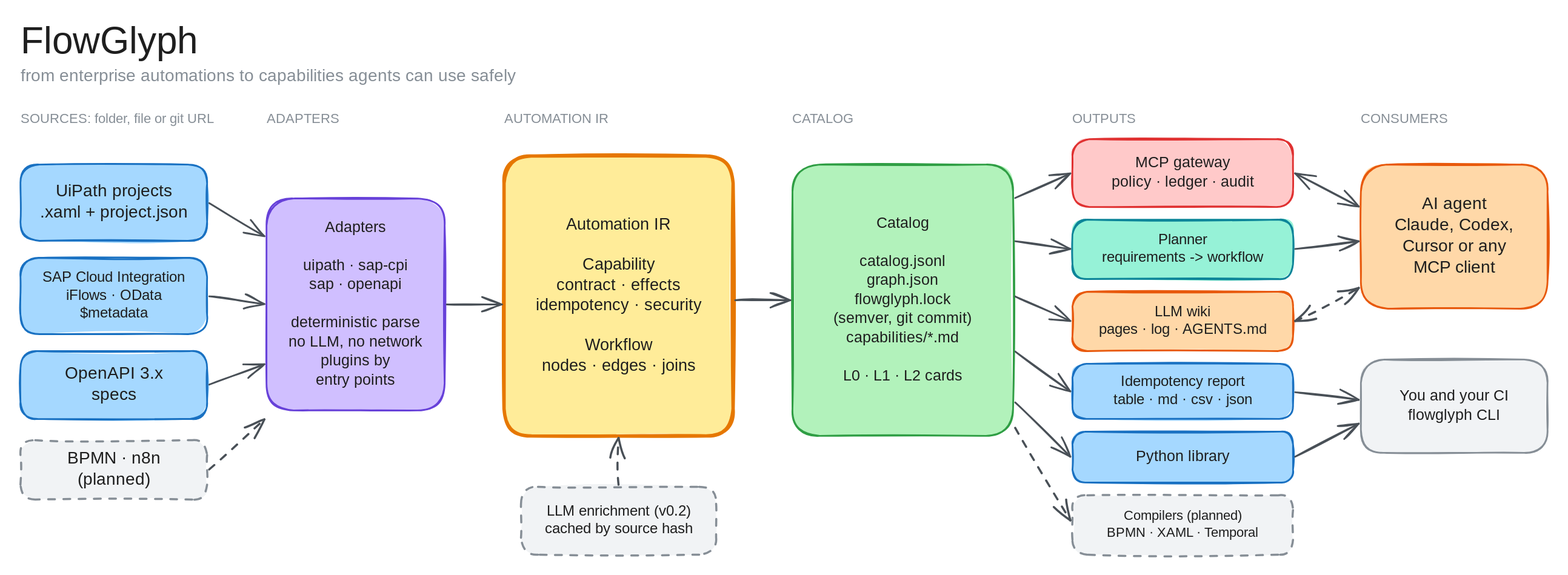
This is docs/assets/pipeline-light.svg from afernandeztem/FlowGlyph, a Excalidraw export, as it was before one commit. Source tidied: one line per element, renumbered; positions are measured from the earlier drawing's top-left corner, leaving out a move shared by most shapes.
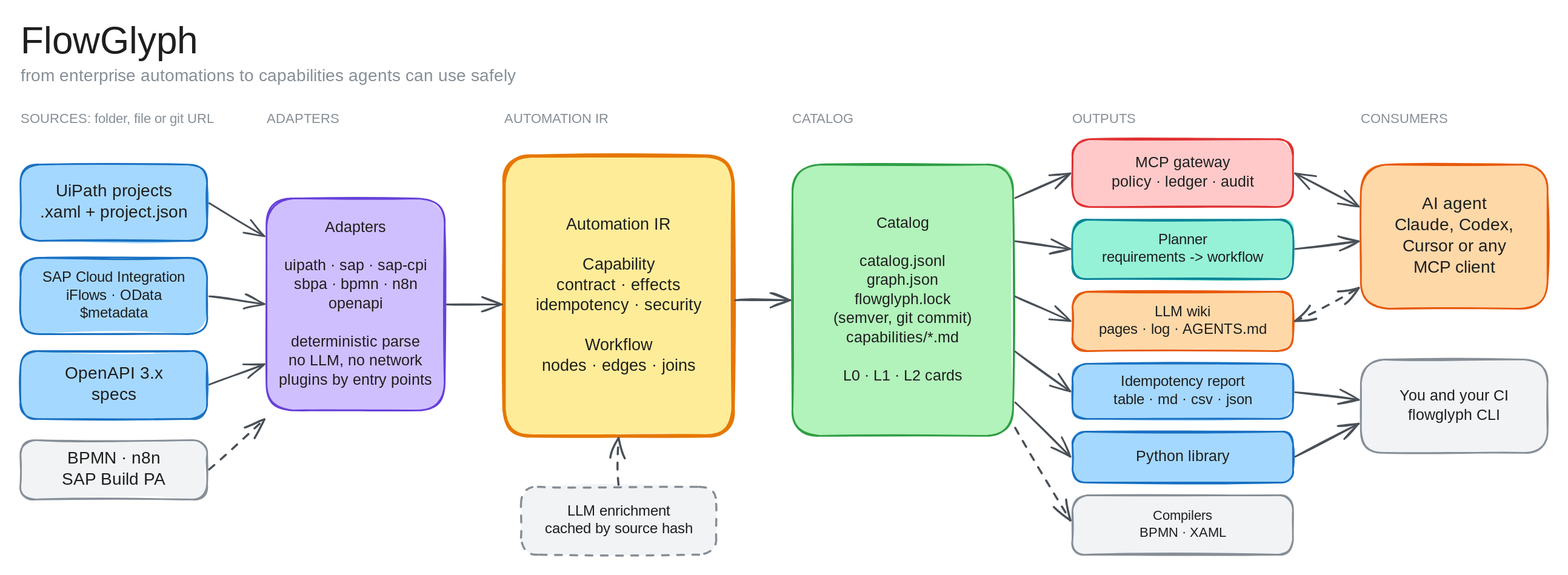
After the commit.

The edit, as a diff of the source:
```diff
@@ -9,7 +9,7 @@
 {"id": 8, "type": "rectangle", "strokeColor": "#1971c2", "backgroundColor": "#a5d8ff", "fillStyle": "solid", "strokeWidth": 2, "roughness": 1, "round": true, "x": 0, "y": 170, "width": 220, "height": 90}
 {"id": 9, "type": "rectangle", "strokeColor": "#1971c2", "backgroundColor": "#a5d8ff", "fillStyle": "solid", "strokeWidth": 2, "roughness": 1, "round": true, "x": 0, "y": 280, "width": 220, "height": 90}
 {"id": 10, "type": "rectangle", "strokeColor": "#1971c2", "backgroundColor": "#a5d8ff", "fillStyle": "solid", "strokeWidth": 2, "roughness": 1, "round": true, "x": 0, "y": 390, "width": 220, "height": 80}
-{"id": 11, "type": "rectangle", "strokeColor": "#868e96", "backgroundColor": "#f1f3f5", "fillStyle": "solid", "strokeWidth": 2, "strokeStyle": "dashed", "roughness": 1, "round": true, "x": 0, "y": 495, "width": 220, "height": 70}
+{"id": 11, "type": "rectangle", "strokeColor": "#868e96", "backgroundColor": "#f1f3f5", "fillStyle": "solid", "strokeWidth": 2, "roughness": 1, "round": true, "x": 0, "y": 495, "width": 220, "height": 70}
 {"id": 12, "type": "rectangle", "strokeColor": "#6741d9", "backgroundColor": "#d0bfff", "fillStyle": "solid", "strokeWidth": 2, "roughness": 1, "round": true, "x": 290, "y": 210, "width": 210, "height": 250}
 {"id": 13, "type": "rectangle", "strokeColor": "#e67700", "backgroundColor": "#ffec99", "fillStyle": "solid", "strokeWidth": 4, "roughness": 1, "round": true, "x": 570, "y": 160, "width": 270, "height": 330}
 {"id": 14, "type": "rectangle", "strokeColor": "#868e96", "backgroundColor": "#f1f3f5", "fillStyle": "solid", "strokeWidth": 2, "strokeStyle": "dashed", "roughness": 1, "round": true, "x": 590, "y": 550, "width": 230, "height": 80}
@@ -19,7 +19,7 @@
 {"id": 18, "type": "rectangle", "strokeColor": "#e8590c", "backgroundColor": "#ffd8a8", "fillStyle": "solid", "strokeWidth": 2, "roughness": 1, "round": true, "x": 1240, "y": 320, "width": 260, "height": 70}
 {"id": 19, "type": "rectangle", "strokeColor": "#1971c2", "backgroundColor": "#a5d8ff", "fillStyle": "solid", "strokeWidth": 2, "roughness": 1, "round": true, "x": 1240, "y": 405, "width": 260, "height": 65}
 {"id": 20, "type": "rectangle", "strokeColor": "#1971c2", "backgroundColor": "#a5d8ff", "fillStyle": "solid", "strokeWidth": 2, "roughness": 1, "round": true, "x": 1240, "y": 485, "width": 260, "height": 60}
-{"id": 21, "type": "rectangle", "strokeColor": "#868e96", "backgroundColor": "#f1f3f5", "fillStyle": "solid", "strokeWidth": 2, "strokeStyle": "dashed", "roughness": 1, "round": true, "x": 1240, "y": 560, "width": 260, "height": 70}
+{"id": 21, "type": "rectangle", "strokeColor": "#868e96", "backgroundColor": "#f1f3f5", "fillStyle": "solid", "strokeWidth": 2, "roughness": 1, "round": true, "x": 1240, "y": 560, "width": 260, "height": 70}
 {"id": 22, "type": "rectangle", "strokeColor": "#e8590c", "backgroundColor": "#ffd8a8", "fillStyle": "solid", "strokeWidth": 2, "roughness": 1, "round": true, "x": 1580, "y": 170, "width": 220, "height": 170}
 {"id": 23, "type": "rectangle", "strokeColor": "#868e96", "backgroundColor": "#f1f3f5", "fillStyle": "solid", "strokeWidth": 2, "roughness": 1, "round": true, "x": 1580, "y": 400, "width": 220, "height": 110}
 {"id": 24, "type": "arrow", "strokeColor": "#495057", "strokeWidth": 2, "roughness": 1, "endArrowhead": "arrow", "x": 222, "y": 216, "width": 65, "height": 39, "points": [[0, 0], [65, 39]]}
@@ -43,16 +43,16 @@
 {"id": 42, "type": "text", "text": "UiPath projects\n.xaml + project.json", "strokeColor": "#1e1e1e", "strokeWidth": 2, "roughness": 1, "fontSize": 20, "fontFamily": 5, "textAlign": "center", "verticalAlign": "middle", "inside": 8, "x": 16, "y": 190, "width": 187, "height": 50}
 {"id": 43, "type": "text", "text": "SAP Cloud Integration\niFlows · OData\n$metadata", "strokeColor": "#1e1e1e", "strokeWidth": 2, "roughness": 1, "fontSize": 17, "fontFamily": 5, "textAlign": "center", "verticalAlign": "middle", "inside": 9, "x": 17, "y": 293, "width": 187, "height": 64}
 {"id": 44, "type": "text", "text": "OpenAPI 3.x\nspecs", "strokeColor": "#1e1e1e", "strokeWidth": 2, "roughness": 1, "fontSize": 20, "fontFamily": 5, "textAlign": "center", "verticalAlign": "middle", "inside": 10, "x": 49, "y": 405, "width": 123, "height": 50}
-{"id": 45, "type": "text", "text": "BPMN · n8n\n(planned)", "strokeColor": "#1e1e1e", "strokeWidth": 2, "roughness": 1, "fontSize": 20, "fontFamily": 5, "textAlign": "center", "verticalAlign": "middle", "inside": 11, "x": 55, "y": 505, "width": 111, "height": 50}
+{"id": 45, "type": "text", "text": "BPMN · n8n\nSAP Build PA", "strokeColor": "#1e1e1e", "strokeWidth": 2, "roughness": 1, "fontSize": 20, "fontFamily": 5, "textAlign": "center", "verticalAlign": "middle", "inside": 11, "x": 55, "y": 505, "width": 111, "height": 50}
-{"id": 46, "type": "text", "text": "Adapters\n\nuipath · sap-cpi\nsap · openapi\n\ndeterministic parse\nno LLM, no network\nplugins by\nentry points", "strokeColor": "#1e1e1e", "strokeWidth": 2, "roughness": 1, "fontSize": 18, "fontFamily": 5, "textAlign": "center", "verticalAlign": "middle", "inside": 12, "x": 310, "y": 234, "width": 169, "height": 202}
+{"id": 46, "type": "text", "text": "Adapters\n\nuipath · sap · sap-cpi\nsbpa · bpmn · n8n\nopenapi\n\ndeterministic parse\nno LLM, no network\nplugins by entry points", "strokeColor": "#1e1e1e", "strokeWidth": 2, "roughness": 1, "fontSize": 18, "fontFamily": 5, "textAlign": "center", "verticalAlign": "middle", "inside": 12, "x": 310, "y": 234, "width": 169, "height": 202}
 {"id": 47, "type": "text", "text": "Automation IR\n\nCapability\ncontract · effects\nidempotency · security\n\nWorkflow\nnodes · edges · joins", "strokeColor": "#1e1e1e", "strokeWidth": 2, "roughness": 1, "fontSize": 19, "fontFamily": 5, "textAlign": "center", "verticalAlign": "middle", "inside": 13, "x": 603, "y": 230, "width": 204, "height": 190}
-{"id": 48, "type": "text", "text": "LLM enrichment (v0.2)\ncached by source hash", "strokeColor": "#1e1e1e", "strokeWidth": 2, "roughness": 1, "fontSize": 17, "fontFamily": 5, "textAlign": "center", "verticalAlign": "middle", "inside": 14, "x": 612, "y": 569, "width": 187, "height": 42}
+{"id": 48, "type": "text", "text": "LLM enrichment\ncached by source hash", "strokeColor": "#1e1e1e", "strokeWidth": 2, "roughness": 1, "fontSize": 17, "fontFamily": 5, "textAlign": "center", "verticalAlign": "middle", "inside": 14, "x": 612, "y": 569, "width": 187, "height": 42}
 {"id": 49, "type": "text", "text": "Catalog\n\ncatalog.jsonl\ngraph.json\nflowglyph.lock\n(semver, git commit)\ncapabilities/*.md\n\nL0 · L1 · L2 cards", "strokeColor": "#1e1e1e", "strokeWidth": 2, "roughness": 1, "fontSize": 18, "fontFamily": 5, "textAlign": "center", "verticalAlign": "middle", "inside": 15, "x": 953, "y": 229, "width": 173, "height": 202}
 {"id": 50, "type": "text", "text": "MCP gateway\npolicy · ledger · audit", "strokeColor": "#1e1e1e", "strokeWidth": 2, "roughness": 1, "fontSize": 18, "fontFamily": 5, "textAlign": "center", "verticalAlign": "middle", "inside": 16, "x": 1280, "y": 158, "width": 181, "height": 45}
 {"id": 51, "type": "text", "text": "Planner\nrequirements -> workflow", "strokeColor": "#1e1e1e", "strokeWidth": 2, "roughness": 1, "fontSize": 17, "fontFamily": 5, "textAlign": "center", "verticalAlign": "middle", "inside": 17, "x": 1268, "y": 249, "width": 204, "height": 42}
 {"id": 52, "type": "text", "text": "LLM wiki\npages · log · AGENTS.md", "strokeColor": "#1e1e1e", "strokeWidth": 2, "roughness": 1, "fontSize": 17, "fontFamily": 5, "textAlign": "center", "verticalAlign": "middle", "inside": 18, "x": 1268, "y": 334, "width": 203, "height": 42}
 {"id": 53, "type": "text", "text": "Idempotency report\ntable · md · csv · json", "strokeColor": "#1e1e1e", "strokeWidth": 2, "roughness": 1, "fontSize": 17, "fontFamily": 5, "textAlign": "center", "verticalAlign": "middle", "inside": 19, "x": 1283, "y": 416, "width": 175, "height": 42}
 {"id": 54, "type": "text", "text": "Python library", "strokeColor": "#1e1e1e", "strokeWidth": 2, "roughness": 1, "fontSize": 18, "fontFamily": 5, "textAlign": "center", "verticalAlign": "middle", "inside": 20, "x": 1309, "y": 504, "width": 122, "height": 22}
-{"id": 55, "type": "text", "text": "Compilers (planned)\nBPMN · XAML · Temporal", "strokeColor": "#1e1e1e", "strokeWidth": 2, "roughness": 1, "fontSize": 16, "fontFamily": 5, "textAlign": "center", "verticalAlign": "middle", "inside": 21, "x": 1276, "y": 575, "width": 188, "height": 40}
+{"id": 55, "type": "text", "text": "Compilers\nBPMN · XAML", "strokeColor": "#1e1e1e", "strokeWidth": 2, "roughness": 1, "fontSize": 16, "fontFamily": 5, "textAlign": "center", "verticalAlign": "middle", "inside": 21, "x": 1276, "y": 575, "width": 188, "height": 40}
 {"id": 56, "type": "text", "text": "AI agent\nClaude, Codex,\nCursor or any\nMCP client", "strokeColor": "#1e1e1e", "strokeWidth": 2, "roughness": 1, "fontSize": 20, "fontFamily": 5, "textAlign": "center", "verticalAlign": "middle", "inside": 22, "x": 1620, "y": 205, "width": 140, "height": 100}
 {"id": 57, "type": "text", "text": "You and your CI\nflowglyph CLI", "strokeColor": "#1e1e1e", "strokeWidth": 2, "roughness": 1, "fontSize": 18, "fontFamily": 5, "textAlign": "center", "verticalAlign": "middle", "inside": 23, "x": 1620, "y": 432, "width": 141, "height": 45}
```
